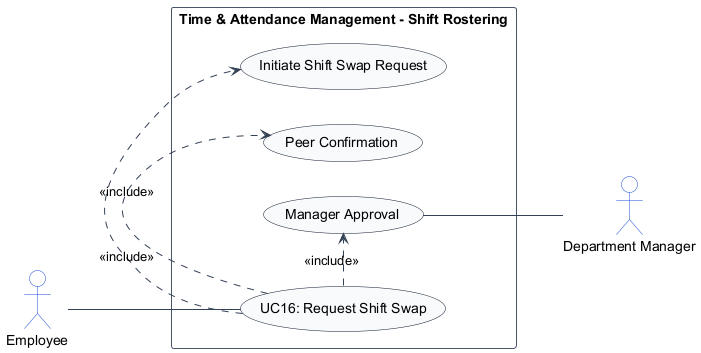
TamBui1706/HRPlatform keeps this PlantUML diagram as usecase_images/module_02_time_attendance/UC16.png. Above is the earlier version. The source it was exported from:
```plantuml
@startuml
left to right direction
skinparam shadowing false
skinparam packageStyle rectangle
skinparam actorStyle stickman

skinparam ArrowColor #334155
skinparam ActorBorderColor #1d4ed8
skinparam ActorBackgroundColor #ffffff
skinparam UsecaseBorderColor #0f172a
skinparam UsecaseBackgroundColor #f8fafc
skinparam RectangleBorderColor #475569
skinparam RectangleBackgroundColor #ffffff

actor "Employee" as Employee
actor "Department Manager" as DepartmentManager

rectangle "Time & Attendance Management - Shift Rostering" {
    usecase "UC16: Request Shift Swap" as UC_Main
    usecase "Initiate Shift Swap Request" as UC_InitSwap
    usecase "Peer Confirmation" as UC_PeerConfirm
    usecase "Manager Approval" as UC_MgrApprove

    Employee -- UC_Main
    UC_Main .> UC_InitSwap : <<include>>
    UC_Main .> UC_PeerConfirm : <<include>>
    UC_Main .> UC_MgrApprove : <<include>>
    UC_MgrApprove -- DepartmentManager
}
@enduml
```
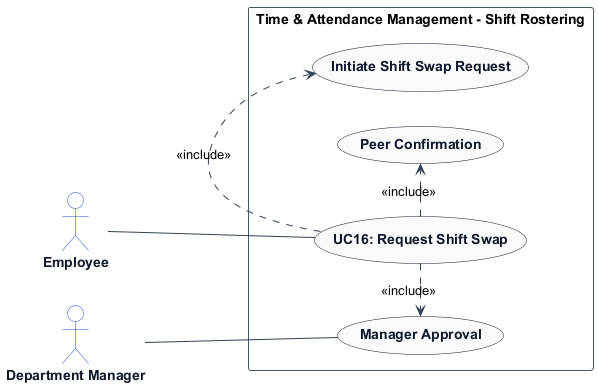
The same file after the commit.

What changed in the source:
```diff
@@ -7,8 +7,14 @@
 skinparam ArrowColor #334155
 skinparam ActorBorderColor #1d4ed8
 skinparam ActorBackgroundColor #ffffff
+skinparam ActorFontColor #0f172a
+skinparam ActorFontStyle bold
+
 skinparam UsecaseBorderColor #0f172a
 skinparam UsecaseBackgroundColor #f8fafc
+skinparam UsecaseFontColor #0f172a
+skinparam UsecaseFontStyle bold
+
 skinparam RectangleBorderColor #475569
 skinparam RectangleBackgroundColor #ffffff
 
@@ -22,9 +28,9 @@
     usecase "Manager Approval" as UC_MgrApprove
 
     Employee -- UC_Main
+    DepartmentManager -- UC_MgrApprove
     UC_Main .> UC_InitSwap : <<include>>
     UC_Main .> UC_PeerConfirm : <<include>>
     UC_Main .> UC_MgrApprove : <<include>>
-    UC_MgrApprove -- DepartmentManager
 }
 @enduml
```
